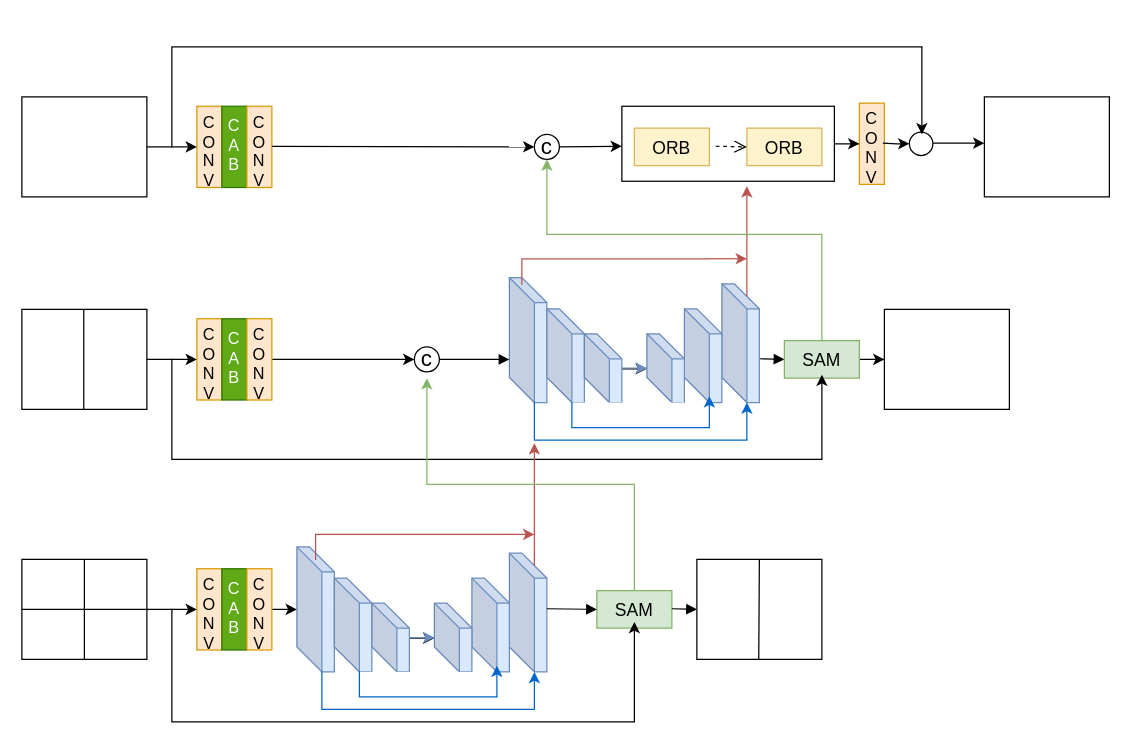
Before: Untitled Diagram.drawio in hornchan/mytest, a draw.io diagram. Source tidied: cells renumbered, new cells numbered last; positions are measured from the earlier drawing's top-left corner, leaving out a move shared by most shapes. Both pictures are drawn from the tidied source at 125%, with x=0, y=0 at pixel (21, 46).
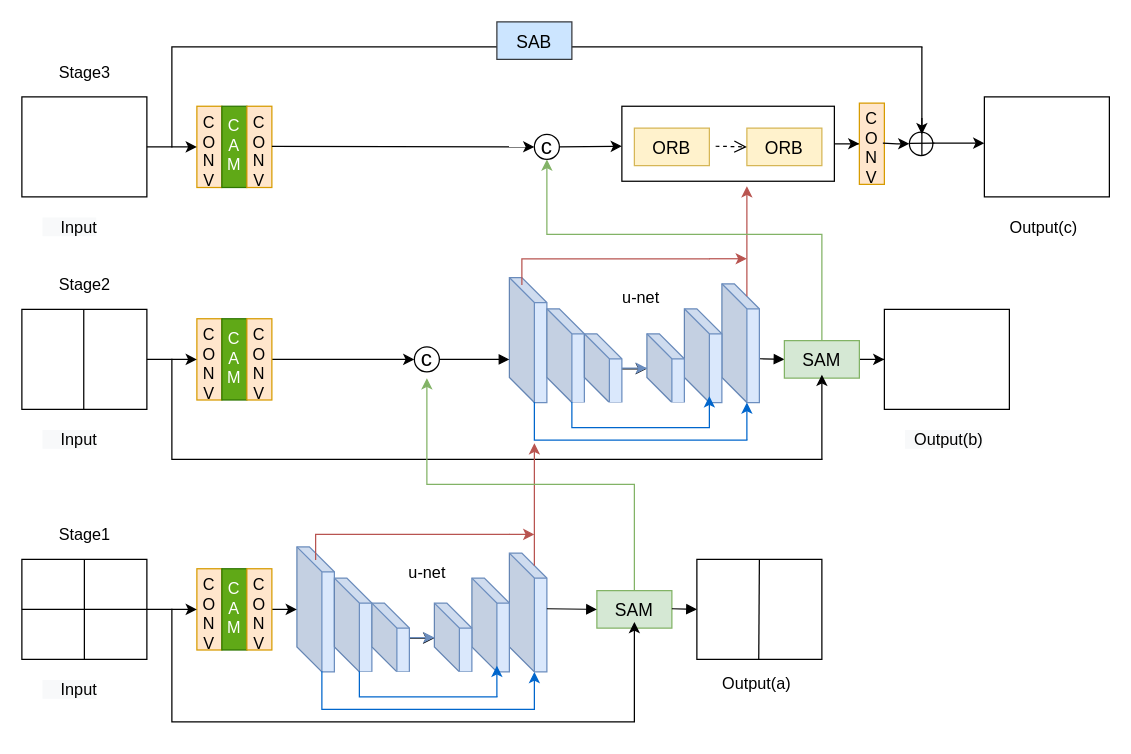
After the change.

The edit, as a diff of the source:
```diff
@@
-    <mxCell id="24" value="&lt;font style=&quot;font-size: 13px&quot;&gt;C&lt;br&gt;A&lt;br&gt;B&lt;br&gt;&lt;/font&gt;" style="rounded=0;whiteSpace=wrap;html=1;direction=east;fillColor=#60a917;strokeColor=#2D7600;labelPosition=center;verticalLabelPosition=middle;align=center;verticalAlign=top;fontColor=#ffffff;spacing=3;" parent="1" vertex="1">
+    <mxCell id="24" value="&lt;font style=&quot;font-size: 13px&quot;&gt;C&lt;br&gt;A&lt;br&gt;M&lt;br&gt;&lt;/font&gt;" style="rounded=0;whiteSpace=wrap;html=1;direction=east;fillColor=#60a917;strokeColor=#2D7600;labelPosition=center;verticalLabelPosition=middle;align=center;verticalAlign=top;fontColor=#ffffff;spacing=3;" parent="1" vertex="1">
       <mxGeometry x="160" y="47.5" width="20" height="65" as="geometry" />
     </mxCell>
@@
-    <mxCell id="27" value="&lt;font style=&quot;font-size: 13px;&quot;&gt;C&lt;br style=&quot;font-size: 13px;&quot;&gt;A&lt;br style=&quot;font-size: 13px;&quot;&gt;B&lt;br style=&quot;font-size: 13px;&quot;&gt;&lt;/font&gt;" style="rounded=0;whiteSpace=wrap;html=1;direction=east;fillColor=#60a917;strokeColor=#2D7600;labelPosition=center;verticalLabelPosition=middle;align=center;verticalAlign=top;fontColor=#ffffff;fontSize=13;spacing=3;" parent="1" vertex="1">
+    <mxCell id="27" value="&lt;font style=&quot;font-size: 13px&quot;&gt;C&lt;br style=&quot;font-size: 13px&quot;&gt;A&lt;br style=&quot;font-size: 13px&quot;&gt;M&lt;br style=&quot;font-size: 13px&quot;&gt;&lt;/font&gt;" style="rounded=0;whiteSpace=wrap;html=1;direction=east;fillColor=#60a917;strokeColor=#2D7600;labelPosition=center;verticalLabelPosition=middle;align=center;verticalAlign=top;fontColor=#ffffff;fontSize=13;spacing=3;" parent="1" vertex="1">
       <mxGeometry x="160" y="217.5" width="20" height="65" as="geometry" />
     </mxCell>
@@
-    <mxCell id="29" value="&lt;font style=&quot;font-size: 13px;&quot;&gt;C&lt;br style=&quot;font-size: 13px;&quot;&gt;O&lt;br style=&quot;font-size: 13px;&quot;&gt;N&lt;br style=&quot;font-size: 13px;&quot;&gt;V&lt;br style=&quot;font-size: 13px;&quot;&gt;&lt;/font&gt;" style="rounded=0;whiteSpace=wrap;html=1;direction=east;fillColor=#ffe6cc;strokeColor=#d79b00;labelPosition=center;verticalLabelPosition=middle;align=center;verticalAlign=top;fontSize=13;spacing=0;" parent="1" vertex="1">
+    <mxCell id="29" value="&lt;font style=&quot;font-size: 13px;&quot;&gt;C&lt;br style=&quot;font-size: 13px;&quot;&gt;O&lt;br style=&quot;font-size: 13px;&quot;&gt;N&lt;br style=&quot;font-size: 13px;&quot;&gt;V&lt;br style=&quot;font-size: 13px;&quot;&gt;&lt;/font&gt;" style="rounded=0;whiteSpace=wrap;html=1;direction=east;fillColor=#ffe6cc;strokeColor=#d79b00;labelPosition=center;verticalLabelPosition=middle;align=center;verticalAlign=top;fontSize=13;spacing=0;spacingBottom=0;spacingTop=0;" parent="1" vertex="1">
       <mxGeometry x="180" y="217.5" width="20" height="65" as="geometry" />
     </mxCell>
@@
-    <mxCell id="31" value="&lt;font style=&quot;font-size: 13px;&quot;&gt;C&lt;br style=&quot;font-size: 13px;&quot;&gt;A&lt;br style=&quot;font-size: 13px;&quot;&gt;B&lt;br style=&quot;font-size: 13px;&quot;&gt;&lt;/font&gt;" style="rounded=0;whiteSpace=wrap;html=1;direction=east;fillColor=#60a917;strokeColor=#2D7600;labelPosition=center;verticalLabelPosition=middle;align=center;verticalAlign=top;fontColor=#ffffff;fontSize=13;spacing=3;" parent="1" vertex="1">
+    <mxCell id="31" value="&lt;font style=&quot;font-size: 13px&quot;&gt;C&lt;br style=&quot;font-size: 13px&quot;&gt;A&lt;br style=&quot;font-size: 13px&quot;&gt;M&lt;br&gt;&lt;br style=&quot;font-size: 13px&quot;&gt;&lt;/font&gt;" style="rounded=0;whiteSpace=wrap;html=1;direction=east;fillColor=#60a917;strokeColor=#2D7600;labelPosition=center;verticalLabelPosition=middle;align=center;verticalAlign=top;fontColor=#ffffff;fontSize=13;spacing=3;" parent="1" vertex="1">
       <mxGeometry x="160" y="417.5" width="20" height="65" as="geometry" />
     </mxCell>
@@
+    <mxCell id="86" style="endArrow=none;html=1;rounded=0;fontSize=13;strokeColor=#000000;" parent="1" edge="1">
+      <mxGeometry relative="1" as="geometry">
+        <mxPoint x="710" y="77.2" as="sourcePoint" />
+        <mxPoint x="730" y="77" as="targetPoint" />
+      </mxGeometry>
+    </mxCell>
+    <mxCell id="87" style="endArrow=none;html=1;rounded=0;fontSize=13;strokeColor=#000000;" parent="1" edge="1">
+      <mxGeometry relative="1" as="geometry">
+        <mxPoint x="720" y="86.9" as="sourcePoint" />
+        <mxPoint x="720" y="56.9" as="targetPoint" />
+      </mxGeometry>
+    </mxCell>
+    <mxCell id="88" value="&lt;font style=&quot;font-size: 14px&quot;&gt;SAB&lt;/font&gt;" style="rounded=0;whiteSpace=wrap;html=1;fontSize=18;fillColor=#cce5ff;strokeColor=#36393d;" parent="1" vertex="1">
+      <mxGeometry x="380" y="-20" width="60" height="30" as="geometry" />
+    </mxCell>
+    <mxCell id="89" value="Stage3" style="text;html=1;align=center;verticalAlign=middle;strokeColor=none;fillColor=none;fontSize=13;" parent="1" vertex="1">
+      <mxGeometry x="20" y="10" width="60" height="20" as="geometry" />
+    </mxCell>
+    <mxCell id="90" value="Stage2" style="text;html=1;align=center;verticalAlign=middle;strokeColor=none;fillColor=none;fontSize=13;" parent="1" vertex="1">
+      <mxGeometry x="20" y="180" width="60" height="20" as="geometry" />
+    </mxCell>
+    <mxCell id="91" value="Stage1" style="text;html=1;align=center;verticalAlign=middle;strokeColor=none;fillColor=none;fontSize=13;" parent="1" vertex="1">
+      <mxGeometry x="20" y="380" width="60" height="20" as="geometry" />
+    </mxCell>
+    <mxCell id="92" value="&lt;span style=&quot;color: rgb(0 , 0 , 0) ; font-family: &amp;#34;helvetica&amp;#34; ; font-size: 13px ; font-style: normal ; font-weight: 400 ; letter-spacing: normal ; text-align: center ; text-indent: 0px ; text-transform: none ; word-spacing: 0px ; background-color: rgb(248 , 249 , 250) ; display: inline ; float: none&quot;&gt;&amp;nbsp; &amp;nbsp; Input&lt;/span&gt;" style="text;whiteSpace=wrap;html=1;fontSize=13;" parent="1" vertex="1">
+      <mxGeometry x="15" y="500" width="70" height="30" as="geometry" />
+    </mxCell>
+    <mxCell id="93" value="&lt;div style=&quot;text-align: center&quot;&gt;&lt;span&gt;&lt;font face=&quot;helvetica&quot;&gt;&amp;nbsp;Output(a)&lt;/font&gt;&lt;/span&gt;&lt;/div&gt;" style="text;whiteSpace=wrap;html=1;fontSize=13;" parent="1" vertex="1">
+      <mxGeometry x="555" y="495" width="70" height="30" as="geometry" />
+    </mxCell>
+    <mxCell id="94" value="&lt;span style=&quot;color: rgb(0 , 0 , 0) ; font-family: &amp;#34;helvetica&amp;#34; ; font-size: 13px ; font-style: normal ; font-weight: 400 ; letter-spacing: normal ; text-align: center ; text-indent: 0px ; text-transform: none ; word-spacing: 0px ; background-color: rgb(248 , 249 , 250) ; display: inline ; float: none&quot;&gt;&amp;nbsp; Output(b)&lt;/span&gt;" style="text;whiteSpace=wrap;html=1;fontSize=13;" parent="1" vertex="1">
+      <mxGeometry x="705" y="300" width="70" height="30" as="geometry" />
+    </mxCell>
+    <mxCell id="95" value="&lt;div style=&quot;text-align: center&quot;&gt;&lt;span&gt;&lt;font face=&quot;helvetica&quot;&gt;&amp;nbsp;Output(c)&lt;/font&gt;&lt;/span&gt;&lt;/div&gt;" style="text;whiteSpace=wrap;html=1;fontSize=13;" parent="1" vertex="1">
+      <mxGeometry x="785" y="130" width="70" height="30" as="geometry" />
+    </mxCell>
+    <mxCell id="96" value="&lt;span style=&quot;color: rgb(0 , 0 , 0) ; font-family: &amp;#34;helvetica&amp;#34; ; font-size: 13px ; font-style: normal ; font-weight: 400 ; letter-spacing: normal ; text-align: center ; text-indent: 0px ; text-transform: none ; word-spacing: 0px ; background-color: rgb(248 , 249 , 250) ; display: inline ; float: none&quot;&gt;&amp;nbsp; &amp;nbsp; Input&lt;/span&gt;" style="text;whiteSpace=wrap;html=1;fontSize=13;" parent="1" vertex="1">
+      <mxGeometry x="15" y="300" width="70" height="30" as="geometry" />
+    </mxCell>
+    <mxCell id="97" value="&lt;span style=&quot;color: rgb(0 , 0 , 0) ; font-family: &amp;#34;helvetica&amp;#34; ; font-size: 13px ; font-style: normal ; font-weight: 400 ; letter-spacing: normal ; text-align: center ; text-indent: 0px ; text-transform: none ; word-spacing: 0px ; background-color: rgb(248 , 249 , 250) ; display: inline ; float: none&quot;&gt;&amp;nbsp; &amp;nbsp; Input&lt;/span&gt;" style="text;whiteSpace=wrap;html=1;fontSize=13;" parent="1" vertex="1">
+      <mxGeometry x="15" y="130" width="70" height="30" as="geometry" />
+    </mxCell>
+    <mxCell id="98" value="u-net" style="text;html=1;align=center;verticalAlign=middle;strokeColor=none;fillColor=none;fontSize=13;" parent="1" vertex="1">
+      <mxGeometry x="299" y="410" width="50" height="20" as="geometry" />
+    </mxCell>
+    <mxCell id="99" value="u-net" style="text;html=1;align=center;verticalAlign=middle;strokeColor=none;fillColor=none;fontSize=13;" parent="1" vertex="1">
+      <mxGeometry x="470" y="190" width="50" height="20" as="geometry" />
+    </mxCell>
```
